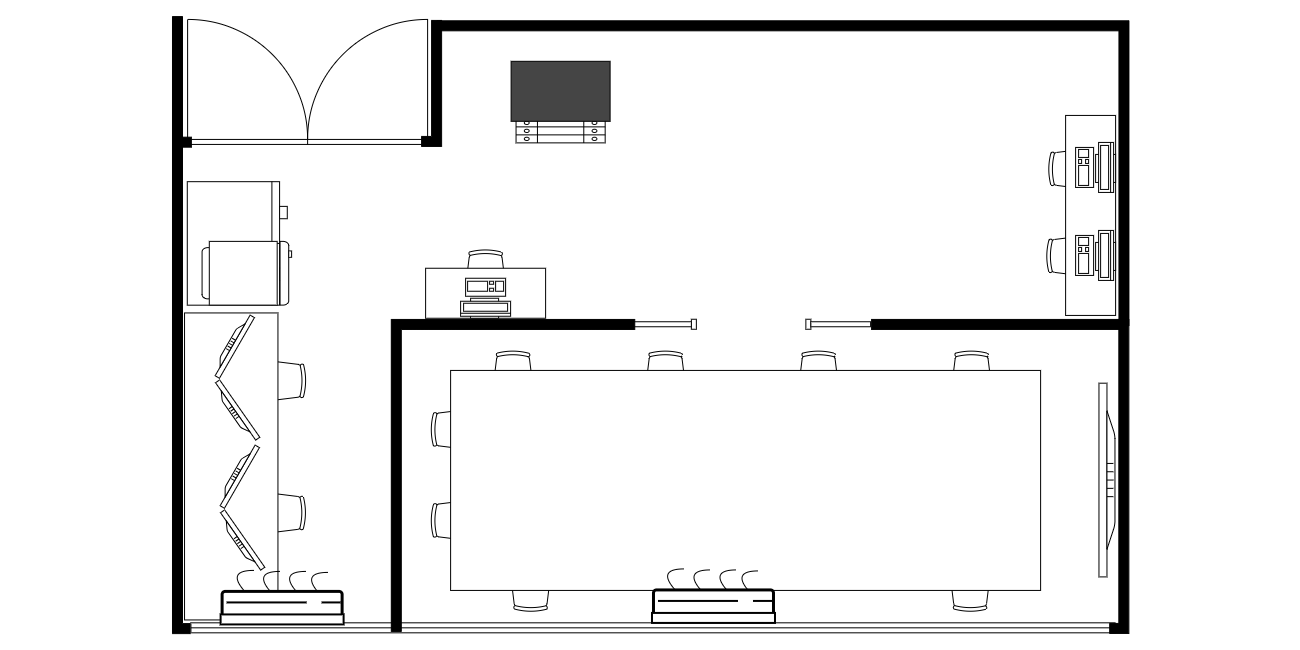
This is images/icmc_lasdpc_lab_1008.png from Smart-LaSDPC/smart-lasdpc.github.io, a draw.io export, as it was before one commit. Source tidied: cells renumbered, new cells last; positions are measured from the earlier drawing's top-left corner, leaving out a move shared by most shapes.
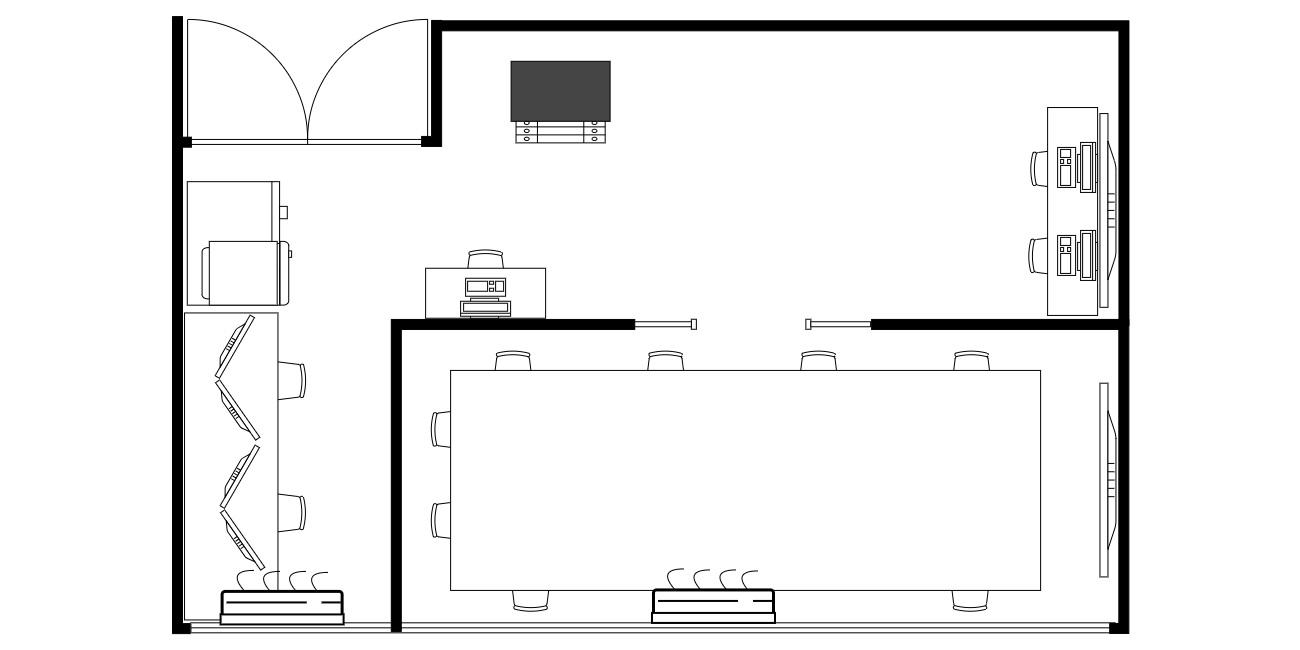
The same file after the commit.

Commit message:
modify photo of 1006 lab

What changed in the source:
```diff
@@ -24,7 +24,7 @@
       <mxGeometry x="205.2" y="592.2" width="307" height="93.4" as="geometry" />
     </mxCell>
     <mxCell id="9" style="verticalLabelPosition=bottom;html=1;verticalAlign=top;align=center;strokeWidth=1;shape=mxgraph.floorplan.office_chair;shadow=0;rounded=0;comic=0;fontFamily=Verdana;fontSize=12;rotation=-90;" parent="1" vertex="1">
-      <mxGeometry x="1177.1" y="319.9" width="40" height="43" as="geometry" />
+      <mxGeometry x="1159.1" y="319.9" width="40" height="43" as="geometry" />
     </mxCell>
     <mxCell id="10" style="verticalLabelPosition=bottom;html=1;verticalAlign=top;align=center;strokeWidth=1;shape=mxgraph.floorplan.office_chair;shadow=0;rounded=0;comic=0;fontFamily=Verdana;fontSize=12;" parent="1" vertex="1">
       <mxGeometry x="1079.1" y="522.9" width="40" height="43" as="geometry" />
@@ -87,16 +87,16 @@
       <mxGeometry x="-13.2" y="27.8" width="70" height="10" as="geometry" />
     </mxCell>
     <mxCell id="30" style="verticalLabelPosition=bottom;html=1;verticalAlign=top;align=center;strokeWidth=1;shape=mxgraph.floorplan.office_chair;shadow=0;rounded=0;comic=0;fontFamily=Verdana;fontSize=12;rotation=-90;" parent="1" vertex="1">
-      <mxGeometry x="1175.1" y="406.9" width="40" height="43" as="geometry" />
+      <mxGeometry x="1157.1" y="406.9" width="40" height="43" as="geometry" />
     </mxCell>
     <mxCell id="31" style="shape=rect;shadow=0;rounded=0;comic=0;fontFamily=Verdana;fontSize=12;align=center;html=1;rotation=-90;" parent="1" vertex="1">
-      <mxGeometry x="1118.1" y="362.9" width="200" height="50" as="geometry" />
+      <mxGeometry x="1096.2" y="359" width="207.9" height="50" as="geometry" />
     </mxCell>
     <mxCell id="32" style="verticalLabelPosition=bottom;html=1;verticalAlign=top;align=center;strokeWidth=1;shape=mxgraph.floorplan.workstation;shadow=0;flipV=1;rounded=0;comic=0;fontFamily=Verdana;fontSize=12;rotation=-90;" parent="1" vertex="1">
-      <mxGeometry x="1198.1" y="407.9" width="50" height="40" as="geometry" />
+      <mxGeometry x="1180.1" y="407.9" width="50" height="40" as="geometry" />
     </mxCell>
     <mxCell id="33" style="verticalLabelPosition=bottom;html=1;verticalAlign=top;align=center;strokeWidth=1;shape=mxgraph.floorplan.workstation;shadow=0;flipV=1;rounded=0;comic=0;fontFamily=Verdana;fontSize=12;rotation=-90;" parent="1" vertex="1">
-      <mxGeometry x="1198.1" y="319.9" width="50" height="40" as="geometry" />
+      <mxGeometry x="1180.1" y="319.9" width="50" height="40" as="geometry" />
     </mxCell>
     <mxCell id="34" style="group;rotation=0;" parent="1" vertex="1">
       <mxGeometry x="558.1" y="435.8" width="110" height="70" as="geometry" />
@@ -260,7 +260,10 @@
       <mxGeometry x="342.5" y="400.9" width="63.7" height="89.6" as="geometry" />
     </mxCell>
     <mxCell id="65" style="verticalLabelPosition=bottom;html=1;verticalAlign=top;align=center;shape=mxgraph.floorplan.flat_tv;rotation=90;" parent="1" vertex="1">
-      <mxGeometry x="1137.6" y="644.5" width="193.7" height="16" as="geometry" />
+      <mxGeometry x="1138.6" y="644.5" width="193.7" height="16" as="geometry" />
     </mxCell>
+    <mxCell id="66" style="verticalLabelPosition=bottom;html=1;verticalAlign=top;align=center;shape=mxgraph.floorplan.flat_tv;rotation=90;" parent="1" vertex="1">
+      <mxGeometry x="1138.6" y="374.9" width="193.7" height="16" as="geometry" />
+    </mxCell>
   </root>
 </mxGraphModel>
```
